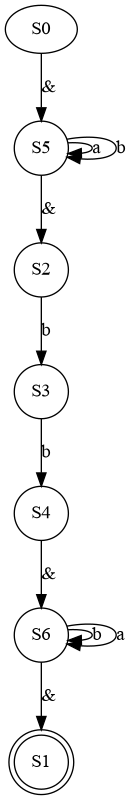
gitoso/CTC-234 keeps this Graphviz diagram as grafos/Q1_grafo_final.dot.png. Above is the earlier version. Its source is kept beside it as grafos/Q1_grafo_final.dot. Its diagram source:
```dot
digraph {
	S0 [label=S0]
	node [shape=doublecircle]
	S1 [label=S1]
	node [shape=circle]
	S2 [label=S2]
	S3 [label=S3]
	S4 [label=S4]
	S5 [label=S5]
	S6 [label=S6]
	S5 -> S2 [label="&"]
	S6 -> S6 [label=b]
	S0 -> S5 [label="&"]
	S6 -> S6 [label=a]
	S2 -> S3 [label=b]
	S4 -> S6 [label="&"]
	S5 -> S5 [label=a]
	S5 -> S5 [label=b]
	S6 -> S1 [label="&"]
	S3 -> S4 [label=b]
}
```
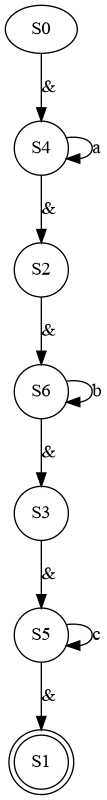
After the change.

Diff of the diagram source:
```diff
@@ -8,14 +8,13 @@
 	S4 [label=S4]
 	S5 [label=S5]
 	S6 [label=S6]
-	S5 -> S2 [label="&"]
+	S2 -> S6 [label="&"]
+	S6 -> S3 [label="&"]
+	S0 -> S4 [label="&"]
 	S6 -> S6 [label=b]
-	S0 -> S5 [label="&"]
-	S6 -> S6 [label=a]
-	S2 -> S3 [label=b]
-	S4 -> S6 [label="&"]
-	S5 -> S5 [label=a]
-	S5 -> S5 [label=b]
-	S6 -> S1 [label="&"]
-	S3 -> S4 [label=b]
+	S4 -> S2 [label="&"]
+	S4 -> S4 [label=a]
+	S5 -> S1 [label="&"]
+	S3 -> S5 [label="&"]
+	S5 -> S5 [label=c]
 }
```
